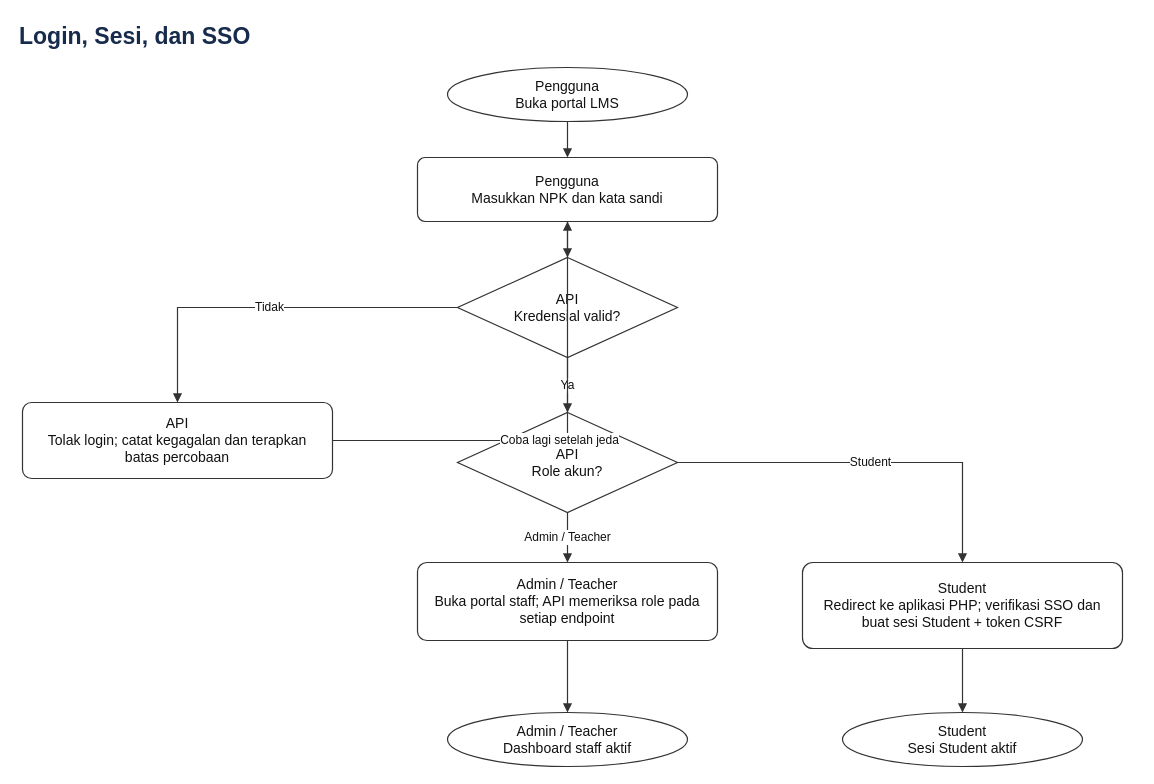
This is docs/diagrams/01-login-sso.drawio from ammarmfirdaus-hue/DENSO-LMS, a draw.io file, before an edit. Source tidied: cells renumbered, new cells numbered last; positions are measured from the earlier drawing's top-left corner, leaving out a move shared by most shapes. Both pictures are drawn from the tidied source at 100%, with x=0, y=0 at pixel (17, 17).
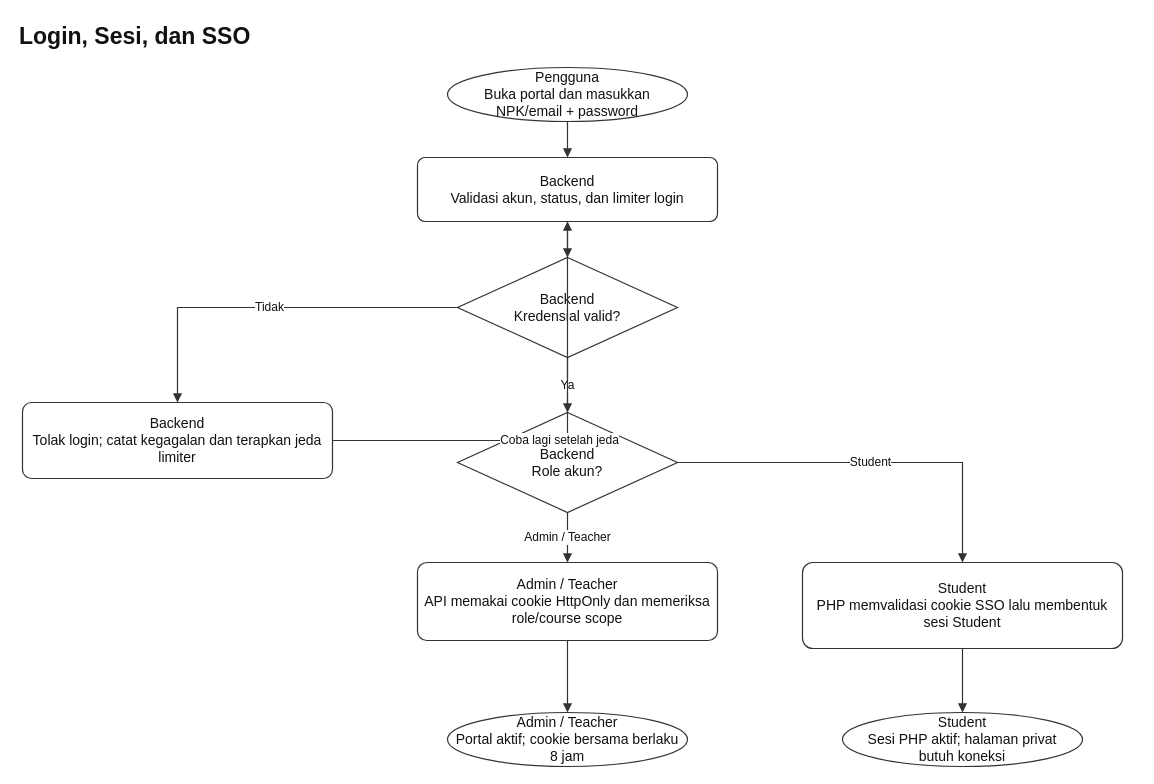
After the change.

Change to the diagram source:
```diff
@@
-    <mxCell id="2" value="Login, Sesi, dan SSO" style="text;html=1;align=left;verticalAlign=middle;whiteSpace=wrap;rounded=0;strokeColor=none;fillColor=none;fontSize=23;fontStyle=1;fontColor=#172b4d;" parent="1" vertex="1">
+    <mxCell id="2" value="Login, Sesi, dan SSO" style="text;html=1;align=left;verticalAlign=middle;whiteSpace=wrap;rounded=0;strokeColor=none;fillColor=none;fontSize=23;fontStyle=1;fontColor=#111111;" parent="1" vertex="1">
       <mxGeometry width="1120" height="38" as="geometry" />
     </mxCell>
-    <mxCell id="3" value="Pengguna&#10;Buka portal LMS" style="shape=ellipse;whiteSpace=wrap;html=1;align=center;verticalAlign=middle;strokeColor=#333333;strokeWidth=1.2;fillColor=#ffffff;fontColor=#111111;fontSize=14;spacing=8;shadow=0;" parent="1" vertex="1">
+    <mxCell id="3" value="Pengguna&lt;br&gt;Buka portal dan masukkan NPK/email + password" style="shape=ellipse;whiteSpace=wrap;html=1;align=center;verticalAlign=middle;strokeColor=#333333;strokeWidth=1.2;fillColor=#ffffff;fontColor=#111111;fontSize=14;spacing=8;shadow=0;" parent="1" vertex="1">
       <mxGeometry x="430" y="50" width="240" height="54" as="geometry" />
     </mxCell>
-    <mxCell id="4" value="Pengguna&#10;Masukkan NPK dan kata sandi" style="rounded=1;arcSize=12;whiteSpace=wrap;html=1;align=center;verticalAlign=middle;strokeColor=#333333;strokeWidth=1.2;fillColor=#ffffff;fontColor=#111111;fontSize=14;spacing=8;shadow=0;" parent="1" vertex="1">
+    <mxCell id="4" value="Backend&lt;br&gt;Validasi akun, status, dan limiter login" style="rounded=1;arcSize=12;whiteSpace=wrap;html=1;align=center;verticalAlign=middle;strokeColor=#333333;strokeWidth=1.2;fillColor=#ffffff;fontColor=#111111;fontSize=14;spacing=8;shadow=0;" parent="1" vertex="1">
       <mxGeometry x="400" y="140" width="300" height="64" as="geometry" />
     </mxCell>
-    <mxCell id="5" value="API&#10;Kredensial valid?" style="shape=rhombus;whiteSpace=wrap;html=1;align=center;verticalAlign=middle;strokeColor=#333333;strokeWidth=1.2;fillColor=#ffffff;fontColor=#111111;fontSize=14;spacing=8;shadow=0;" parent="1" vertex="1">
+    <mxCell id="5" value="Backend&lt;br&gt;Kredensial valid?" style="shape=rhombus;whiteSpace=wrap;html=1;align=center;verticalAlign=middle;strokeColor=#333333;strokeWidth=1.2;fillColor=#ffffff;fontColor=#111111;fontSize=14;spacing=8;shadow=0;" parent="1" vertex="1">
       <mxGeometry x="440" y="240" width="220" height="100" as="geometry" />
     </mxCell>
-    <mxCell id="6" value="API&#10;Tolak login; catat kegagalan dan terapkan batas percobaan" style="rounded=1;arcSize=12;whiteSpace=wrap;html=1;align=center;verticalAlign=middle;strokeColor=#333333;strokeWidth=1.2;fillColor=#ffffff;fontColor=#111111;fontSize=14;spacing=8;shadow=0;" parent="1" vertex="1">
+    <mxCell id="6" value="Backend&lt;br&gt;Tolak login; catat kegagalan dan terapkan jeda limiter" style="rounded=1;arcSize=12;whiteSpace=wrap;html=1;align=center;verticalAlign=middle;strokeColor=#333333;strokeWidth=1.2;fillColor=#ffffff;fontColor=#111111;fontSize=14;spacing=8;shadow=0;" parent="1" vertex="1">
       <mxGeometry x="5" y="385" width="310" height="76" as="geometry" />
     </mxCell>
-    <mxCell id="7" value="API&#10;Role akun?" style="shape=rhombus;whiteSpace=wrap;html=1;align=center;verticalAlign=middle;strokeColor=#333333;strokeWidth=1.2;fillColor=#ffffff;fontColor=#111111;fontSize=14;spacing=8;shadow=0;" parent="1" vertex="1">
+    <mxCell id="7" value="Backend&lt;br&gt;Role akun?" style="shape=rhombus;whiteSpace=wrap;html=1;align=center;verticalAlign=middle;strokeColor=#333333;strokeWidth=1.2;fillColor=#ffffff;fontColor=#111111;fontSize=14;spacing=8;shadow=0;" parent="1" vertex="1">
       <mxGeometry x="440" y="395" width="220" height="100" as="geometry" />
     </mxCell>
-    <mxCell id="8" value="Student&#10;Redirect ke aplikasi PHP; verifikasi SSO dan buat sesi Student + token CSRF" style="rounded=1;arcSize=12;whiteSpace=wrap;html=1;align=center;verticalAlign=middle;strokeColor=#333333;strokeWidth=1.2;fillColor=#ffffff;fontColor=#111111;fontSize=14;spacing=8;shadow=0;" parent="1" vertex="1">
+    <mxCell id="8" value="Student&lt;br&gt;PHP memvalidasi cookie SSO lalu membentuk sesi Student" style="rounded=1;arcSize=12;whiteSpace=wrap;html=1;align=center;verticalAlign=middle;strokeColor=#333333;strokeWidth=1.2;fillColor=#ffffff;fontColor=#111111;fontSize=14;spacing=8;shadow=0;" parent="1" vertex="1">
       <mxGeometry x="785" y="545" width="320" height="86" as="geometry" />
     </mxCell>
-    <mxCell id="9" value="Admin / Teacher&#10;Buka portal staff; API memeriksa role pada setiap endpoint" style="rounded=1;arcSize=12;whiteSpace=wrap;html=1;align=center;verticalAlign=middle;strokeColor=#333333;strokeWidth=1.2;fillColor=#ffffff;fontColor=#111111;fontSize=14;spacing=8;shadow=0;" parent="1" vertex="1">
+    <mxCell id="9" value="Admin / Teacher&lt;br&gt;API memakai cookie HttpOnly dan memeriksa role/course scope" style="rounded=1;arcSize=12;whiteSpace=wrap;html=1;align=center;verticalAlign=middle;strokeColor=#333333;strokeWidth=1.2;fillColor=#ffffff;fontColor=#111111;fontSize=14;spacing=8;shadow=0;" parent="1" vertex="1">
       <mxGeometry x="400" y="545" width="300" height="78" as="geometry" />
     </mxCell>
-    <mxCell id="10" value="Student&#10;Sesi Student aktif" style="shape=ellipse;whiteSpace=wrap;html=1;align=center;verticalAlign=middle;strokeColor=#333333;strokeWidth=1.2;fillColor=#ffffff;fontColor=#111111;fontSize=14;spacing=8;shadow=0;" parent="1" vertex="1">
+    <mxCell id="10" value="Student&lt;br&gt;Sesi PHP aktif; halaman privat butuh koneksi" style="shape=ellipse;whiteSpace=wrap;html=1;align=center;verticalAlign=middle;strokeColor=#333333;strokeWidth=1.2;fillColor=#ffffff;fontColor=#111111;fontSize=14;spacing=8;shadow=0;" parent="1" vertex="1">
       <mxGeometry x="825" y="695" width="240" height="54" as="geometry" />
     </mxCell>
-    <mxCell id="11" value="Admin / Teacher&#10;Dashboard staff aktif" style="shape=ellipse;whiteSpace=wrap;html=1;align=center;verticalAlign=middle;strokeColor=#333333;strokeWidth=1.2;fillColor=#ffffff;fontColor=#111111;fontSize=14;spacing=8;shadow=0;" parent="1" vertex="1">
+    <mxCell id="11" value="Admin / Teacher&lt;br&gt;Portal aktif; cookie bersama berlaku 8 jam" style="shape=ellipse;whiteSpace=wrap;html=1;align=center;verticalAlign=middle;strokeColor=#333333;strokeWidth=1.2;fillColor=#ffffff;fontColor=#111111;fontSize=14;spacing=8;shadow=0;" parent="1" vertex="1">
       <mxGeometry x="430" y="695" width="240" height="54" as="geometry" />
     </mxCell>
```
